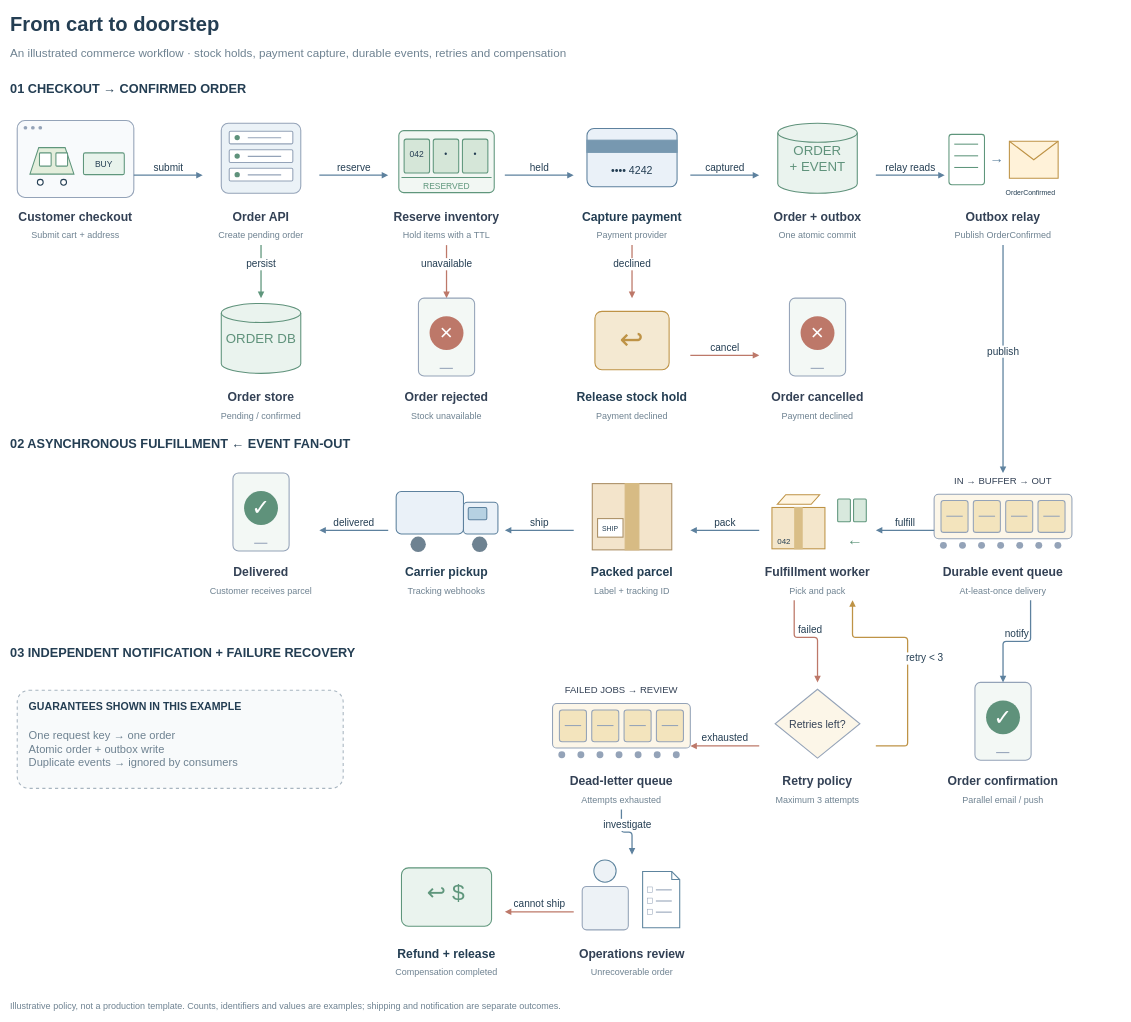
henry867/drawio-visuals-skill keeps this draw.io diagram as page "Checkout & fulfillment" (1 of 2) of examples/ecommerce-order.drawio. Above is the earlier version. Source tidied: cells renumbered, new cells numbered last; positions are measured from the earlier drawing's top-left corner, leaving out a move shared by most shapes. Both pictures are drawn from the tidied source at 53%, with x=0, y=0 at pixel (9, 9).
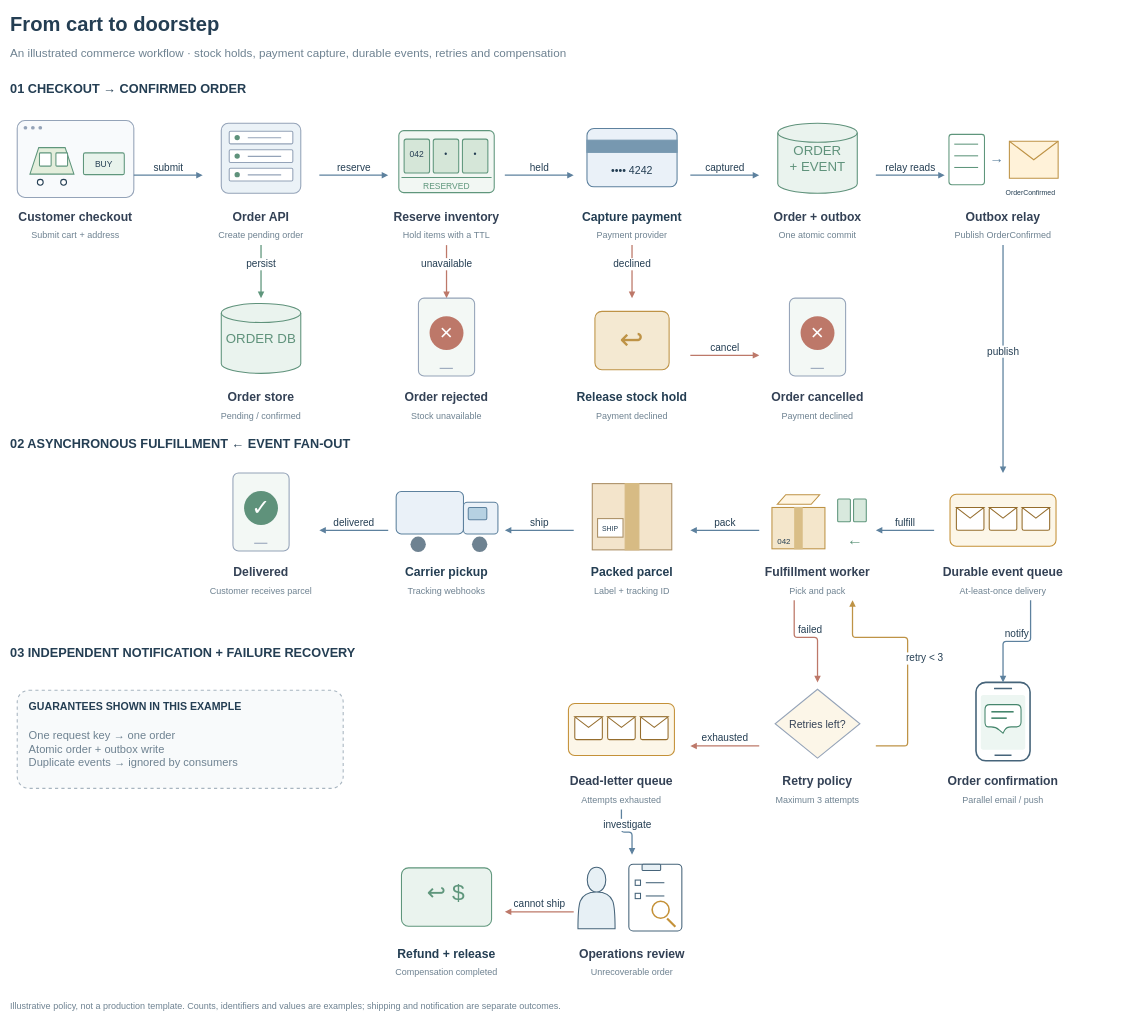
The same page after the edit.

Unchanged cells that the change refers to:
```xml
<mxCell id="59" style="group;" parent="1" vertex="1">
  <mxGeometry x="1745" y="875" width="260" height="240" as="geometry" />
</mxCell>
<mxCell id="103" style="group;" parent="1" vertex="1">
  <mxGeometry x="1765" y="1270" width="220" height="240" as="geometry" />
</mxCell>
<mxCell id="113" style="group;" parent="1" vertex="1">
  <mxGeometry x="1025" y="1270" width="260" height="240" as="geometry" />
</mxCell>
<mxCell id="133" style="group;" parent="1" vertex="1">
  <mxGeometry x="1065" y="1595" width="220" height="240" as="geometry" />
</mxCell>
```

What changed in the source:
```diff
@@
-    <mxCell id="60" value="IN → BUFFER → OUT" style="html=1;whiteSpace=wrap;fontFamily=Helvetica;fontSize=20;fontColor=#334155;text;fillColor=none;strokeColor=none;align=center;verticalAlign=middle;fontSize=18;fontColor=#334155;" parent="59" vertex="1">
-      <mxGeometry width="260" height="30" as="geometry" />
-    </mxCell>
-    <mxCell id="61" style="html=1;whiteSpace=wrap;fontFamily=Helvetica;fontSize=20;fontColor=#334155;rounded=1;arcSize=10;fillColor=#FCF6E8;strokeColor=#94A3B8;strokeWidth=2;" parent="59" vertex="1">
-      <mxGeometry y="40" width="260" height="84" as="geometry" />
-    </mxCell>
-    <mxCell id="62" style="html=1;whiteSpace=wrap;fontFamily=Helvetica;fontSize=20;fontColor=#334155;rounded=1;arcSize=10;fillColor=#F3E4BD;strokeColor=#94A3B8;strokeWidth=2;" parent="61" vertex="1">
-      <mxGeometry x="13" y="12" width="51" height="60" as="geometry" />
-    </mxCell>
-    <mxCell id="63" style="html=1;whiteSpace=wrap;fontFamily=Helvetica;fontSize=20;fontColor=#334155;shape=line;strokeColor=#94A3B8;strokeWidth=2;" parent="62" vertex="1">
-      <mxGeometry x="10" y="29" width="31" height="1" as="geometry" />
-    </mxCell>
-    <mxCell id="64" style="html=1;whiteSpace=wrap;fontFamily=Helvetica;fontSize=20;fontColor=#334155;rounded=1;arcSize=10;fillColor=#F3E4BD;strokeColor=#94A3B8;strokeWidth=2;" parent="61" vertex="1">
-      <mxGeometry x="74" y="12" width="51" height="60" as="geometry" />
-    </mxCell>
-    <mxCell id="65" style="html=1;whiteSpace=wrap;fontFamily=Helvetica;fontSize=20;fontColor=#334155;shape=line;strokeColor=#94A3B8;strokeWidth=2;" parent="64" vertex="1">
-      <mxGeometry x="10" y="29" width="31" height="1" as="geometry" />
-    </mxCell>
-    <mxCell id="66" style="html=1;whiteSpace=wrap;fontFamily=Helvetica;fontSize=20;fontColor=#334155;rounded=1;arcSize=10;fillColor=#F3E4BD;strokeColor=#94A3B8;strokeWidth=2;" parent="61" vertex="1">
-      <mxGeometry x="135" y="12" width="51" height="60" as="geometry" />
-    </mxCell>
-    <mxCell id="67" style="html=1;whiteSpace=wrap;fontFamily=Helvetica;fontSize=20;fontColor=#334155;shape=line;strokeColor=#94A3B8;strokeWidth=2;" parent="66" vertex="1">
-      <mxGeometry x="10" y="29" width="31" height="1" as="geometry" />
-    </mxCell>
-    <mxCell id="68" style="html=1;whiteSpace=wrap;fontFamily=Helvetica;fontSize=20;fontColor=#334155;rounded=1;arcSize=10;fillColor=#F3E4BD;strokeColor=#94A3B8;strokeWidth=2;" parent="61" vertex="1">
-      <mxGeometry x="196" y="12" width="51" height="60" as="geometry" />
-    </mxCell>
-    <mxCell id="69" style="html=1;whiteSpace=wrap;fontFamily=Helvetica;fontSize=20;fontColor=#334155;shape=line;strokeColor=#94A3B8;strokeWidth=2;" parent="68" vertex="1">
-      <mxGeometry x="10" y="29" width="31" height="1" as="geometry" />
-    </mxCell>
-    <mxCell id="70" style="html=1;whiteSpace=wrap;fontFamily=Helvetica;fontSize=20;fontColor=#334155;ellipse;fillColor=#94A3B8;strokeColor=none;" parent="59" vertex="1">
-      <mxGeometry x="11" y="130" width="13" height="13" as="geometry" />
-    </mxCell>
-    <mxCell id="71" style="html=1;whiteSpace=wrap;fontFamily=Helvetica;fontSize=20;fontColor=#334155;ellipse;fillColor=#94A3B8;strokeColor=none;" parent="59" vertex="1">
-      <mxGeometry x="47" y="130" width="13" height="13" as="geometry" />
-    </mxCell>
-    <mxCell id="72" style="html=1;whiteSpace=wrap;fontFamily=Helvetica;fontSize=20;fontColor=#334155;ellipse;fillColor=#94A3B8;strokeColor=none;" parent="59" vertex="1">
-      <mxGeometry x="83" y="130" width="13" height="13" as="geometry" />
-    </mxCell>
-    <mxCell id="73" style="html=1;whiteSpace=wrap;fontFamily=Helvetica;fontSize=20;fontColor=#334155;ellipse;fillColor=#94A3B8;strokeColor=none;" parent="59" vertex="1">
-      <mxGeometry x="119" y="130" width="13" height="13" as="geometry" />
-    </mxCell>
-    <mxCell id="74" style="html=1;whiteSpace=wrap;fontFamily=Helvetica;fontSize=20;fontColor=#334155;ellipse;fillColor=#94A3B8;strokeColor=none;" parent="59" vertex="1">
-      <mxGeometry x="155" y="130" width="13" height="13" as="geometry" />
-    </mxCell>
-    <mxCell id="75" style="html=1;whiteSpace=wrap;fontFamily=Helvetica;fontSize=20;fontColor=#334155;ellipse;fillColor=#94A3B8;strokeColor=none;" parent="59" vertex="1">
-      <mxGeometry x="191" y="130" width="13" height="13" as="geometry" />
-    </mxCell>
-    <mxCell id="76" style="html=1;whiteSpace=wrap;fontFamily=Helvetica;fontSize=20;fontColor=#334155;ellipse;fillColor=#94A3B8;strokeColor=none;" parent="59" vertex="1">
-      <mxGeometry x="227" y="130" width="13" height="13" as="geometry" />
-    </mxCell>
@@
-    <mxCell id="104" style="html=1;whiteSpace=wrap;fontFamily=Helvetica;fontSize=20;fontColor=#334155;rounded=1;arcSize=10;fillColor=#F3F8F5;strokeColor=#94A3B8;strokeWidth=2;" parent="103" vertex="1">
-      <mxGeometry x="57" width="106" height="147" as="geometry" />
-    </mxCell>
-    <mxCell id="105" value="✓" style="html=1;whiteSpace=wrap;fontFamily=Helvetica;fontSize=20;fontColor=#334155;ellipse;fillColor=#5F927B;strokeColor=none;fontColor=#FFFFFF;fontSize=42;" parent="104" vertex="1">
-      <mxGeometry x="21" y="34" width="64" height="64" as="geometry" />
-    </mxCell>
-    <mxCell id="106" style="html=1;whiteSpace=wrap;fontFamily=Helvetica;fontSize=20;fontColor=#334155;shape=line;strokeColor=#94A3B8;strokeWidth=2;" parent="104" vertex="1">
-      <mxGeometry x="40" y="132" width="25" height="1" as="geometry" />
-    </mxCell>
@@
-    <mxCell id="114" value="FAILED JOBS → REVIEW" style="html=1;whiteSpace=wrap;fontFamily=Helvetica;fontSize=20;fontColor=#334155;text;fillColor=none;strokeColor=none;align=center;verticalAlign=middle;fontSize=18;fontColor=#334155;" parent="113" vertex="1">
-      <mxGeometry width="260" height="30" as="geometry" />
-    </mxCell>
-    <mxCell id="115" style="html=1;whiteSpace=wrap;fontFamily=Helvetica;fontSize=20;fontColor=#334155;rounded=1;arcSize=10;fillColor=#FCF6E8;strokeColor=#94A3B8;strokeWidth=2;" parent="113" vertex="1">
-      <mxGeometry y="40" width="260" height="84" as="geometry" />
-    </mxCell>
-    <mxCell id="116" style="html=1;whiteSpace=wrap;fontFamily=Helvetica;fontSize=20;fontColor=#334155;rounded=1;arcSize=10;fillColor=#F3E4BD;strokeColor=#94A3B8;strokeWidth=2;" parent="115" vertex="1">
-      <mxGeometry x="13" y="12" width="51" height="60" as="geometry" />
-    </mxCell>
-    <mxCell id="117" style="html=1;whiteSpace=wrap;fontFamily=Helvetica;fontSize=20;fontColor=#334155;shape=line;strokeColor=#94A3B8;strokeWidth=2;" parent="116" vertex="1">
-      <mxGeometry x="10" y="29" width="31" height="1" as="geometry" />
-    </mxCell>
-    <mxCell id="118" style="html=1;whiteSpace=wrap;fontFamily=Helvetica;fontSize=20;fontColor=#334155;rounded=1;arcSize=10;fillColor=#F3E4BD;strokeColor=#94A3B8;strokeWidth=2;" parent="115" vertex="1">
-      <mxGeometry x="74" y="12" width="51" height="60" as="geometry" />
-    </mxCell>
-    <mxCell id="119" style="html=1;whiteSpace=wrap;fontFamily=Helvetica;fontSize=20;fontColor=#334155;shape=line;strokeColor=#94A3B8;strokeWidth=2;" parent="118" vertex="1">
-      <mxGeometry x="10" y="29" width="31" height="1" as="geometry" />
-    </mxCell>
-    <mxCell id="120" style="html=1;whiteSpace=wrap;fontFamily=Helvetica;fontSize=20;fontColor=#334155;rounded=1;arcSize=10;fillColor=#F3E4BD;strokeColor=#94A3B8;strokeWidth=2;" parent="115" vertex="1">
-      <mxGeometry x="135" y="12" width="51" height="60" as="geometry" />
-    </mxCell>
-    <mxCell id="121" style="html=1;whiteSpace=wrap;fontFamily=Helvetica;fontSize=20;fontColor=#334155;shape=line;strokeColor=#94A3B8;strokeWidth=2;" parent="120" vertex="1">
-      <mxGeometry x="10" y="29" width="31" height="1" as="geometry" />
-    </mxCell>
-    <mxCell id="122" style="html=1;whiteSpace=wrap;fontFamily=Helvetica;fontSize=20;fontColor=#334155;rounded=1;arcSize=10;fillColor=#F3E4BD;strokeColor=#94A3B8;strokeWidth=2;" parent="115" vertex="1">
-      <mxGeometry x="196" y="12" width="51" height="60" as="geometry" />
-    </mxCell>
-    <mxCell id="123" style="html=1;whiteSpace=wrap;fontFamily=Helvetica;fontSize=20;fontColor=#334155;shape=line;strokeColor=#94A3B8;strokeWidth=2;" parent="122" vertex="1">
-      <mxGeometry x="10" y="29" width="31" height="1" as="geometry" />
-    </mxCell>
-    <mxCell id="124" style="html=1;whiteSpace=wrap;fontFamily=Helvetica;fontSize=20;fontColor=#334155;ellipse;fillColor=#94A3B8;strokeColor=none;" parent="113" vertex="1">
-      <mxGeometry x="11" y="130" width="13" height="13" as="geometry" />
-    </mxCell>
-    <mxCell id="125" style="html=1;whiteSpace=wrap;fontFamily=Helvetica;fontSize=20;fontColor=#334155;ellipse;fillColor=#94A3B8;strokeColor=none;" parent="113" vertex="1">
-      <mxGeometry x="47" y="130" width="13" height="13" as="geometry" />
-    </mxCell>
-    <mxCell id="126" style="html=1;whiteSpace=wrap;fontFamily=Helvetica;fontSize=20;fontColor=#334155;ellipse;fillColor=#94A3B8;strokeColor=none;" parent="113" vertex="1">
-      <mxGeometry x="83" y="130" width="13" height="13" as="geometry" />
-    </mxCell>
-    <mxCell id="127" style="html=1;whiteSpace=wrap;fontFamily=Helvetica;fontSize=20;fontColor=#334155;ellipse;fillColor=#94A3B8;strokeColor=none;" parent="113" vertex="1">
-      <mxGeometry x="119" y="130" width="13" height="13" as="geometry" />
-    </mxCell>
-    <mxCell id="128" style="html=1;whiteSpace=wrap;fontFamily=Helvetica;fontSize=20;fontColor=#334155;ellipse;fillColor=#94A3B8;strokeColor=none;" parent="113" vertex="1">
-      <mxGeometry x="155" y="130" width="13" height="13" as="geometry" />
-    </mxCell>
-    <mxCell id="129" style="html=1;whiteSpace=wrap;fontFamily=Helvetica;fontSize=20;fontColor=#334155;ellipse;fillColor=#94A3B8;strokeColor=none;" parent="113" vertex="1">
-      <mxGeometry x="191" y="130" width="13" height="13" as="geometry" />
-    </mxCell>
-    <mxCell id="130" style="html=1;whiteSpace=wrap;fontFamily=Helvetica;fontSize=20;fontColor=#334155;ellipse;fillColor=#94A3B8;strokeColor=none;" parent="113" vertex="1">
-      <mxGeometry x="227" y="130" width="13" height="13" as="geometry" />
-    </mxCell>
@@
-    <mxCell id="134" style="html=1;whiteSpace=wrap;fontFamily=Helvetica;fontSize=20;fontColor=#334155;ellipse;fillColor=#EDF2F6;strokeColor=#5D849E;strokeWidth=2;" parent="133" vertex="1">
-      <mxGeometry x="38" y="10" width="42" height="42" as="geometry" />
-    </mxCell>
-    <mxCell id="135" style="html=1;whiteSpace=wrap;fontFamily=Helvetica;fontSize=20;fontColor=#334155;rounded=1;arcSize=10;fillColor=#EDF2F6;strokeColor=#94A3B8;strokeWidth=2;" parent="133" vertex="1">
-      <mxGeometry x="16" y="60" width="87" height="82" as="geometry" />
-    </mxCell>
-    <mxCell id="136" style="html=1;whiteSpace=wrap;fontFamily=Helvetica;fontSize=20;fontColor=#334155;shape=note;size=15;fillColor=#FFFFFF;strokeColor=#5D849E;strokeWidth=2;" parent="133" vertex="1">
-      <mxGeometry x="130" y="32" width="70" height="106" as="geometry" />
-    </mxCell>
-    <mxCell id="137" style="html=1;whiteSpace=wrap;fontFamily=Helvetica;fontSize=20;fontColor=#334155;rounded=0;fillColor=#FFFFFF;strokeColor=#94A3B8;" parent="136" vertex="1">
-      <mxGeometry x="9" y="29" width="10" height="10" as="geometry" />
-    </mxCell>
-    <mxCell id="138" style="html=1;whiteSpace=wrap;fontFamily=Helvetica;fontSize=20;fontColor=#334155;shape=line;strokeColor=#94A3B8;strokeWidth=2;" parent="136" vertex="1">
-      <mxGeometry x="25" y="34" width="30" height="1" as="geometry" />
-    </mxCell>
-    <mxCell id="139" style="html=1;whiteSpace=wrap;fontFamily=Helvetica;fontSize=20;fontColor=#334155;rounded=0;fillColor=#FFFFFF;strokeColor=#94A3B8;" parent="136" vertex="1">
-      <mxGeometry x="9" y="50" width="10" height="10" as="geometry" />
-    </mxCell>
-    <mxCell id="140" style="html=1;whiteSpace=wrap;fontFamily=Helvetica;fontSize=20;fontColor=#334155;shape=line;strokeColor=#94A3B8;strokeWidth=2;" parent="136" vertex="1">
-      <mxGeometry x="25" y="55" width="30" height="1" as="geometry" />
-    </mxCell>
-    <mxCell id="141" style="html=1;whiteSpace=wrap;fontFamily=Helvetica;fontSize=20;fontColor=#334155;rounded=0;fillColor=#FFFFFF;strokeColor=#94A3B8;" parent="136" vertex="1">
-      <mxGeometry x="9" y="71" width="10" height="10" as="geometry" />
-    </mxCell>
-    <mxCell id="142" style="html=1;whiteSpace=wrap;fontFamily=Helvetica;fontSize=20;fontColor=#334155;shape=line;strokeColor=#94A3B8;strokeWidth=2;" parent="136" vertex="1">
-      <mxGeometry x="25" y="76" width="30" height="1" as="geometry" />
-    </mxCell>
@@
+    <mxCell id="209" style="group;" parent="133" vertex="1">
+      <mxGeometry width="220" height="150" as="geometry" />
+    </mxCell>
+    <mxCell id="210" style="html=1;whiteSpace=wrap;fontFamily=Helvetica;fontSize=20;fontColor=#243E53;strokeWidth=2;shape=actor;fillColor=#E7F0F5;strokeColor=#46647A;" parent="209" vertex="1">
+      <mxGeometry x="8" y="24" width="70" height="116" as="geometry" />
+    </mxCell>
+    <mxCell id="211" style="html=1;whiteSpace=wrap;fontFamily=Helvetica;fontSize=20;fontColor=#243E53;strokeWidth=2;rounded=1;arcSize=8;fillColor=#FFFFFF;strokeColor=#46647A;" parent="209" vertex="1">
+      <mxGeometry x="104" y="18" width="100" height="126" as="geometry" />
+    </mxCell>
+    <mxCell id="212" style="html=1;whiteSpace=wrap;fontFamily=Helvetica;fontSize=20;fontColor=#243E53;strokeWidth=2;rounded=1;arcSize=18;fillColor=#E7F0F5;strokeColor=#46647A;" parent="211" vertex="1">
+      <mxGeometry x="25" width="35" height="12" as="geometry" />
+    </mxCell>
+    <mxCell id="213" style="html=1;whiteSpace=wrap;fontFamily=Helvetica;fontSize=20;fontColor=#243E53;strokeWidth=2;fillColor=#FFFFFF;strokeColor=#46647A;" parent="211" vertex="1">
+      <mxGeometry x="12" y="30" width="10" height="10" as="geometry" />
+    </mxCell>
+    <mxCell id="214" style="html=1;whiteSpace=wrap;fontFamily=Helvetica;fontSize=20;fontColor=#243E53;strokeWidth=2;fillColor=#46647A;strokeColor=none;" parent="211" vertex="1">
+      <mxGeometry x="32" y="34" width="35" height="2" as="geometry" />
+    </mxCell>
+    <mxCell id="215" style="html=1;whiteSpace=wrap;fontFamily=Helvetica;fontSize=20;fontColor=#243E53;strokeWidth=2;fillColor=#FFFFFF;strokeColor=#46647A;" parent="211" vertex="1">
+      <mxGeometry x="12" y="55" width="10" height="10" as="geometry" />
+    </mxCell>
+    <mxCell id="216" style="html=1;whiteSpace=wrap;fontFamily=Helvetica;fontSize=20;fontColor=#243E53;strokeWidth=2;fillColor=#46647A;strokeColor=none;" parent="211" vertex="1">
+      <mxGeometry x="32" y="59" width="35" height="2" as="geometry" />
+    </mxCell>
+    <mxCell id="217" style="html=1;whiteSpace=wrap;fontFamily=Helvetica;fontSize=20;fontColor=#243E53;strokeWidth=2;ellipse;fillColor=none;strokeColor=#C49138;strokeWidth=3;" parent="211" vertex="1">
+      <mxGeometry x="44" y="70" width="32" height="32" as="geometry" />
+    </mxCell>
+    <mxCell id="218" style="html=1;whiteSpace=wrap;fontFamily=Helvetica;fontSize=20;fontColor=#243E53;strokeWidth=2;shape=line;rotation=45;strokeColor=#C49138;strokeWidth=4;" parent="211" vertex="1">
+      <mxGeometry x="69" y="110" width="22" height="1" as="geometry" />
+    </mxCell>
+    <mxCell id="219" style="html=1;whiteSpace=wrap;fontFamily=Helvetica;fontSize=20;fontColor=#243E53;strokeWidth=2;rounded=1;arcSize=12;fillColor=#FCF6E8;strokeColor=#C49138;" parent="59" vertex="1">
+      <mxGeometry x="30" y="40" width="200" height="98" as="geometry" />
+    </mxCell>
+    <mxCell id="220" style="html=1;whiteSpace=wrap;fontFamily=Helvetica;fontSize=20;fontColor=#243E53;strokeWidth=2;rounded=1;arcSize=8;fillColor=#FFFFFF;strokeColor=#956D2D;" parent="219" vertex="1">
+      <mxGeometry x="12" y="25" width="52" height="43" as="geometry" />
+    </mxCell>
+    <mxCell id="221" style="html=1;whiteSpace=wrap;fontFamily=Helvetica;fontSize=20;fontColor=#243E53;strokeWidth=2;triangle;direction=south;fillColor=#FFFFFF;strokeColor=#956D2D;" parent="220" vertex="1">
+      <mxGeometry width="52" height="20" as="geometry" />
+    </mxCell>
+    <mxCell id="222" style="html=1;whiteSpace=wrap;fontFamily=Helvetica;fontSize=20;fontColor=#243E53;strokeWidth=2;rounded=1;arcSize=8;fillColor=#FFFFFF;strokeColor=#956D2D;" parent="219" vertex="1">
+      <mxGeometry x="74" y="25" width="52" height="43" as="geometry" />
+    </mxCell>
+    <mxCell id="223" style="html=1;whiteSpace=wrap;fontFamily=Helvetica;fontSize=20;fontColor=#243E53;strokeWidth=2;triangle;direction=south;fillColor=#FFFFFF;strokeColor=#956D2D;" parent="222" vertex="1">
+      <mxGeometry width="52" height="20" as="geometry" />
+    </mxCell>
+    <mxCell id="224" style="html=1;whiteSpace=wrap;fontFamily=Helvetica;fontSize=20;fontColor=#243E53;strokeWidth=2;rounded=1;arcSize=8;fillColor=#FFFFFF;strokeColor=#956D2D;" parent="219" vertex="1">
+      <mxGeometry x="136" y="25" width="52" height="43" as="geometry" />
+    </mxCell>
+    <mxCell id="225" style="html=1;whiteSpace=wrap;fontFamily=Helvetica;fontSize=20;fontColor=#243E53;strokeWidth=2;triangle;direction=south;fillColor=#FFFFFF;strokeColor=#956D2D;" parent="224" vertex="1">
+      <mxGeometry width="52" height="20" as="geometry" />
+    </mxCell>
+    <mxCell id="226" style="html=1;whiteSpace=wrap;fontFamily=Helvetica;fontSize=20;fontColor=#243E53;strokeWidth=2;rounded=1;arcSize=12;fillColor=#FCF6E8;strokeColor=#C49138;" parent="113" vertex="1">
+      <mxGeometry x="30" y="40" width="200" height="98" as="geometry" />
+    </mxCell>
+    <mxCell id="227" style="html=1;whiteSpace=wrap;fontFamily=Helvetica;fontSize=20;fontColor=#243E53;strokeWidth=2;rounded=1;arcSize=8;fillColor=#FFFFFF;strokeColor=#956D2D;" parent="226" vertex="1">
+      <mxGeometry x="12" y="25" width="52" height="43" as="geometry" />
+    </mxCell>
+    <mxCell id="228" style="html=1;whiteSpace=wrap;fontFamily=Helvetica;fontSize=20;fontColor=#243E53;strokeWidth=2;triangle;direction=south;fillColor=#FFFFFF;strokeColor=#956D2D;" parent="227" vertex="1">
+      <mxGeometry width="52" height="20" as="geometry" />
+    </mxCell>
+    <mxCell id="229" style="html=1;whiteSpace=wrap;fontFamily=Helvetica;fontSize=20;fontColor=#243E53;strokeWidth=2;rounded=1;arcSize=8;fillColor=#FFFFFF;strokeColor=#956D2D;" parent="226" vertex="1">
+      <mxGeometry x="74" y="25" width="52" height="43" as="geometry" />
+    </mxCell>
+    <mxCell id="230" style="html=1;whiteSpace=wrap;fontFamily=Helvetica;fontSize=20;fontColor=#243E53;strokeWidth=2;triangle;direction=south;fillColor=#FFFFFF;strokeColor=#956D2D;" parent="229" vertex="1">
+      <mxGeometry width="52" height="20" as="geometry" />
+    </mxCell>
+    <mxCell id="231" style="html=1;whiteSpace=wrap;fontFamily=Helvetica;fontSize=20;fontColor=#243E53;strokeWidth=2;rounded=1;arcSize=8;fillColor=#FFFFFF;strokeColor=#956D2D;" parent="226" vertex="1">
+      <mxGeometry x="136" y="25" width="52" height="43" as="geometry" />
+    </mxCell>
+    <mxCell id="232" style="html=1;whiteSpace=wrap;fontFamily=Helvetica;fontSize=20;fontColor=#243E53;strokeWidth=2;triangle;direction=south;fillColor=#FFFFFF;strokeColor=#956D2D;" parent="231" vertex="1">
+      <mxGeometry width="52" height="20" as="geometry" />
+    </mxCell>
+    <mxCell id="233" style="html=1;whiteSpace=wrap;fontFamily=Helvetica;fontSize=20;fontColor=#243E53;strokeWidth=2;rounded=1;arcSize=18;fillColor=#FFFFFF;strokeColor=#46647A;strokeWidth=3;" parent="103" vertex="1">
+      <mxGeometry x="59" width="102" height="148" as="geometry" />
+    </mxCell>
+    <mxCell id="234" style="html=1;whiteSpace=wrap;fontFamily=Helvetica;fontSize=20;fontColor=#243E53;strokeWidth=2;rounded=1;fillColor=#46647A;strokeColor=none;" parent="233" vertex="1">
+      <mxGeometry x="34" y="10" width="34" height="3" as="geometry" />
+    </mxCell>
+    <mxCell id="235" style="html=1;whiteSpace=wrap;fontFamily=Helvetica;fontSize=20;fontColor=#243E53;strokeWidth=2;rounded=1;arcSize=6;fillColor=#EDF6F2;strokeColor=none;" parent="233" vertex="1">
+      <mxGeometry x="9" y="24" width="84" height="103" as="geometry" />
+    </mxCell>
+    <mxCell id="236" style="html=1;whiteSpace=wrap;fontFamily=Helvetica;fontSize=20;fontColor=#243E53;strokeWidth=2;shape=callout;size=12;position=0.3;position2=0.5;rounded=1;arcSize=18;fillColor=#FFFFFF;strokeColor=#46866D;" parent="235" vertex="1">
+      <mxGeometry x="8" y="18" width="68" height="54" as="geometry" />
+    </mxCell>
+    <mxCell id="237" style="html=1;whiteSpace=wrap;fontFamily=Helvetica;fontSize=20;fontColor=#243E53;strokeWidth=2;fillColor=#46866D;strokeColor=none;" parent="236" vertex="1">
+      <mxGeometry x="12" y="12" width="42" height="3" as="geometry" />
+    </mxCell>
+    <mxCell id="238" style="html=1;whiteSpace=wrap;fontFamily=Helvetica;fontSize=20;fontColor=#243E53;strokeWidth=2;fillColor=#46866D;strokeColor=none;" parent="236" vertex="1">
+      <mxGeometry x="12" y="24" width="29" height="3" as="geometry" />
+    </mxCell>
+    <mxCell id="239" style="html=1;whiteSpace=wrap;fontFamily=Helvetica;fontSize=20;fontColor=#243E53;strokeWidth=2;rounded=1;fillColor=#46647A;strokeColor=none;" parent="233" vertex="1">
+      <mxGeometry x="35" y="136" width="32" height="3" as="geometry" />
+    </mxCell>
```
